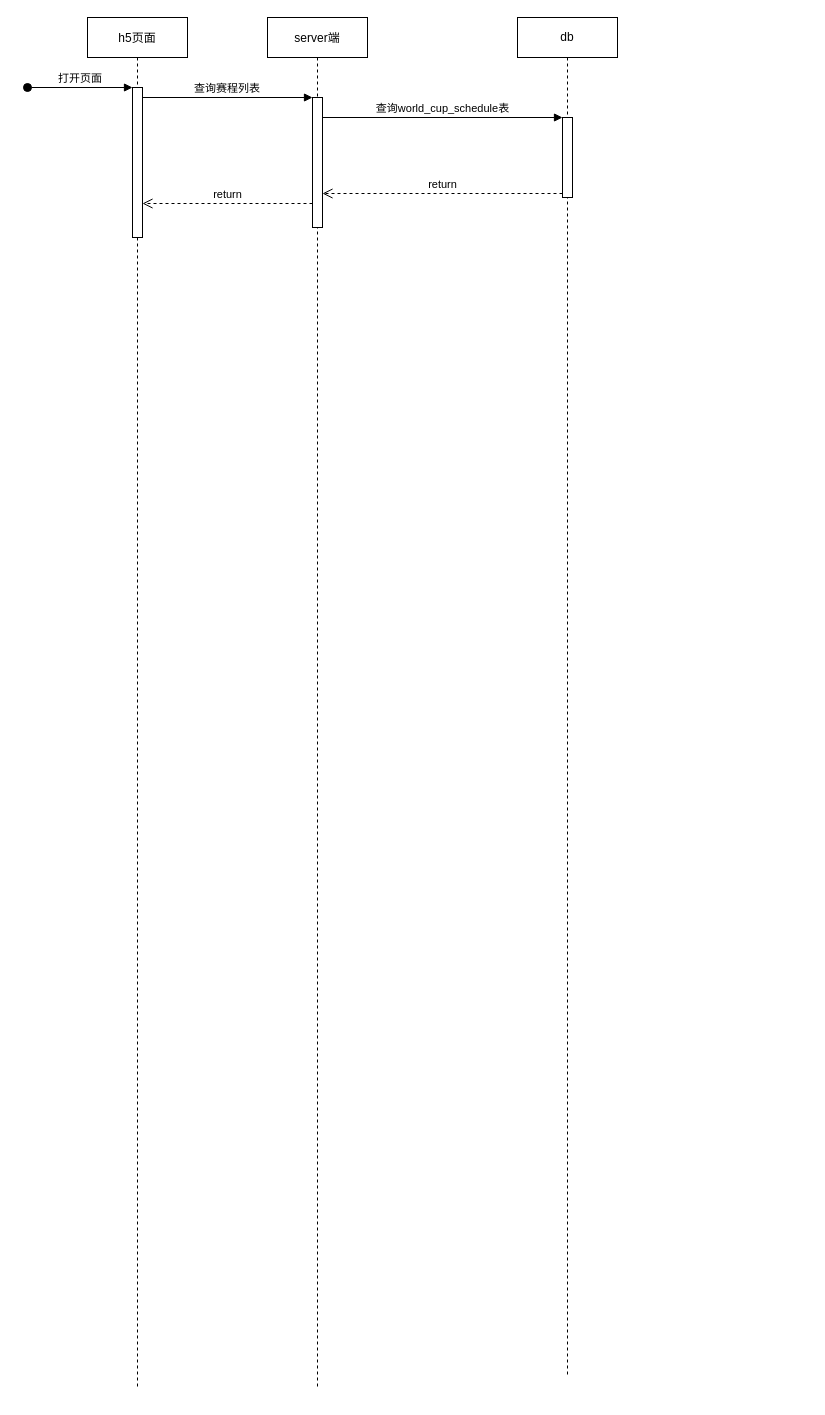
Earlier version of the draw.io diagram H5世界杯活动设计顺序图.drawio (milletzhu/datasource). Source tidied: cells renumbered, new cells numbered last; positions are measured from the earlier drawing's top-left corner, leaving out a move shared by most shapes. Both pictures are drawn from the tidied source at 100%, with x=0, y=0 at pixel (27, 17).
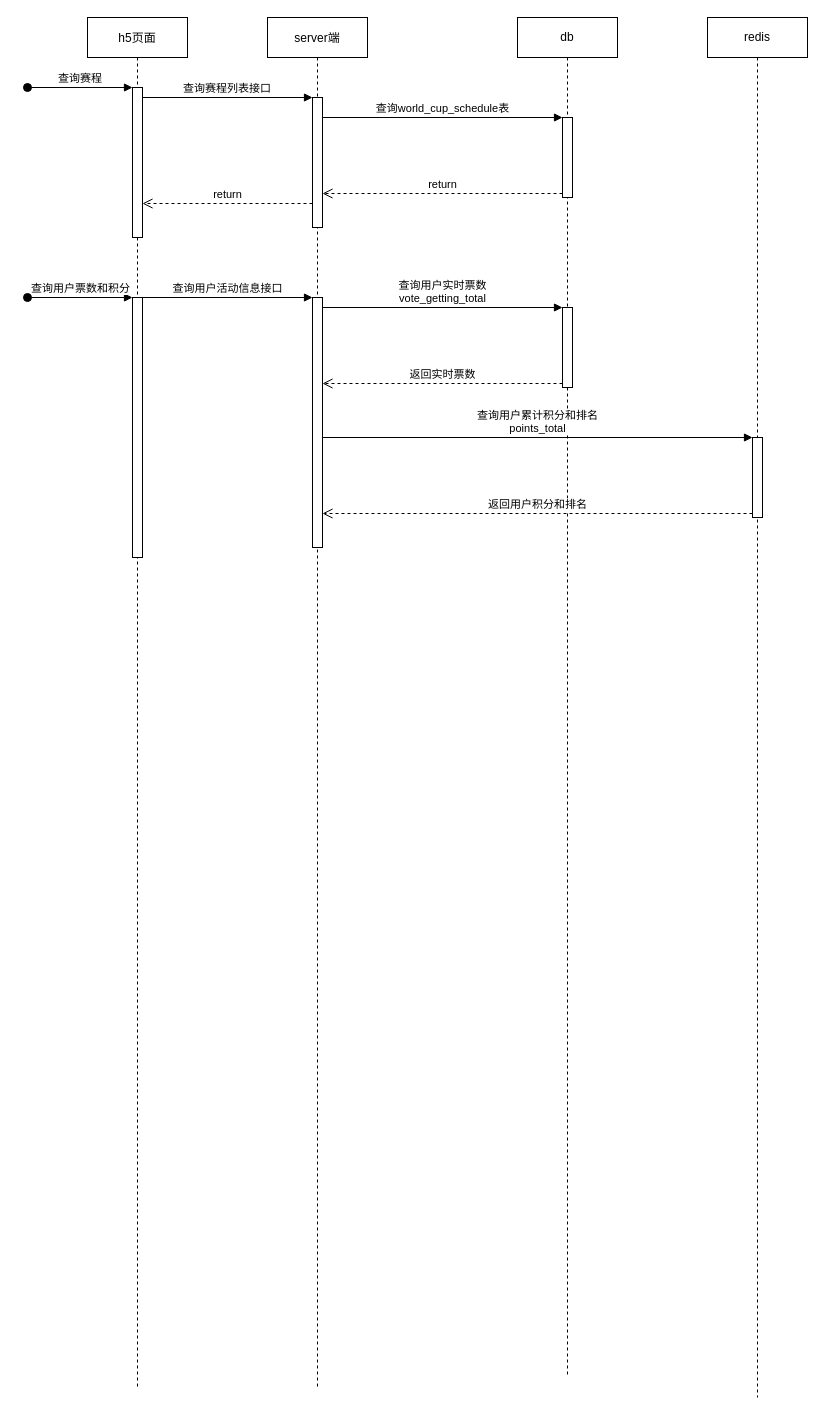
The same page after the edit.

Commit message (it also covers changes not shown here):
更新H5世界杯活动设计顺序图.drawio

The change refers to these unchanged cells:
```xml
<mxCell id="2" value="h5页面" style="shape=umlLifeline;perimeter=lifelinePerimeter;rounded=0;shadow=0;strokeWidth=1;" parent="1" vertex="1">
  <mxGeometry x="60" width="100" height="1370" as="geometry" />
</mxCell>
<mxCell id="3" style="points=[];perimeter=orthogonalPerimeter;rounded=0;shadow=0;strokeWidth=1;" parent="2" vertex="1">
  <mxGeometry x="45" y="70" width="10" height="150" as="geometry" />
</mxCell>
<mxCell id="5" value="server端" style="shape=umlLifeline;perimeter=lifelinePerimeter;rounded=0;shadow=0;strokeWidth=1;" parent="1" vertex="1">
  <mxGeometry x="240" width="100" height="1370" as="geometry" />
</mxCell>
<mxCell id="6" style="points=[];perimeter=orthogonalPerimeter;rounded=0;shadow=0;strokeWidth=1;" parent="5" vertex="1">
  <mxGeometry x="45" y="80" width="10" height="130" as="geometry" />
</mxCell>
<mxCell id="8" value="db" style="shape=umlLifeline;perimeter=lifelinePerimeter;whiteSpace=wrap;html=1;" parent="1" vertex="1">
  <mxGeometry x="490" width="100" height="1360" as="geometry" />
</mxCell>
```

Diff of the diagram source:
```diff
@@
-    <mxCell id="4" value="打开页面" style="verticalAlign=bottom;startArrow=oval;endArrow=block;startSize=8;shadow=0;strokeWidth=1;" parent="2" edge="1" target="3">
+    <mxCell id="4" value="查询赛程" style="verticalAlign=bottom;startArrow=oval;endArrow=block;startSize=8;shadow=0;strokeWidth=1;" parent="2" edge="1" target="3">
       <mxGeometry relative="1" as="geometry">
         <mxPoint x="-60" y="70" as="sourcePoint" />
       </mxGeometry>
     </mxCell>
+    <mxCell id="13" style="html=1;points=[];perimeter=orthogonalPerimeter;" parent="2" vertex="1">
+      <mxGeometry x="45" y="280" width="10" height="260" as="geometry" />
+    </mxCell>
+    <mxCell id="14" value="查询用户票数和积分" style="html=1;verticalAlign=bottom;startArrow=oval;endArrow=block;startSize=8;rounded=0;" parent="2" edge="1" target="13">
+      <mxGeometry relative="1" as="geometry">
+        <mxPoint x="-60" y="280" as="sourcePoint" />
+      </mxGeometry>
+    </mxCell>
@@
+    <mxCell id="15" style="html=1;points=[];perimeter=orthogonalPerimeter;" parent="5" vertex="1">
+      <mxGeometry x="45" y="280" width="10" height="250" as="geometry" />
+    </mxCell>
-    <mxCell id="7" value="查询赛程列表" style="verticalAlign=bottom;endArrow=block;entryX=0;entryY=0;shadow=0;strokeWidth=1;" parent="1" edge="1" source="3" target="6">
+    <mxCell id="7" value="查询赛程列表接口" style="verticalAlign=bottom;endArrow=block;entryX=0;entryY=0;shadow=0;strokeWidth=1;" parent="1" edge="1" source="3" target="6">
       <mxGeometry relative="1" as="geometry" />
     </mxCell>
@@
+    <mxCell id="16" style="html=1;points=[];perimeter=orthogonalPerimeter;" parent="8" vertex="1">
+      <mxGeometry x="45" y="290" width="10" height="80" as="geometry" />
+    </mxCell>
@@
+    <mxCell id="17" value="查询用户活动信息接口" style="html=1;verticalAlign=bottom;endArrow=block;entryX=0;entryY=0;rounded=0;" parent="1" edge="1" source="13" target="15">
+      <mxGeometry relative="1" as="geometry" />
+    </mxCell>
+    <mxCell id="18" value="查询用户实时票数&lt;br&gt;vote_getting_total" style="html=1;verticalAlign=bottom;endArrow=block;entryX=0;entryY=0;rounded=0;" parent="1" edge="1" source="15" target="16">
+      <mxGeometry relative="1" as="geometry" />
+    </mxCell>
+    <mxCell id="19" value="返回实时票数" style="html=1;verticalAlign=bottom;endArrow=open;dashed=1;endSize=8;exitX=0;exitY=0.95;rounded=0;" parent="1" edge="1" source="16" target="15">
+      <mxGeometry relative="1" as="geometry" />
+    </mxCell>
+    <mxCell id="20" value="查询用户累计积分和排名&lt;br&gt;points_total" style="html=1;verticalAlign=bottom;endArrow=block;entryX=0;entryY=0;rounded=0;" parent="1" edge="1" source="15" target="23">
+      <mxGeometry relative="1" as="geometry" />
+    </mxCell>
+    <mxCell id="21" value="返回用户积分和排名" style="html=1;verticalAlign=bottom;endArrow=open;dashed=1;endSize=8;exitX=0;exitY=0.95;rounded=0;" parent="1" edge="1" source="23" target="15">
+      <mxGeometry relative="1" as="geometry" />
+    </mxCell>
+    <mxCell id="22" value="redis" style="shape=umlLifeline;perimeter=lifelinePerimeter;whiteSpace=wrap;html=1;" parent="1" vertex="1">
+      <mxGeometry x="680" width="100" height="1380" as="geometry" />
+    </mxCell>
+    <mxCell id="23" style="html=1;points=[];perimeter=orthogonalPerimeter;" parent="22" vertex="1">
+      <mxGeometry x="45" y="420" width="10" height="80" as="geometry" />
+    </mxCell>
```
